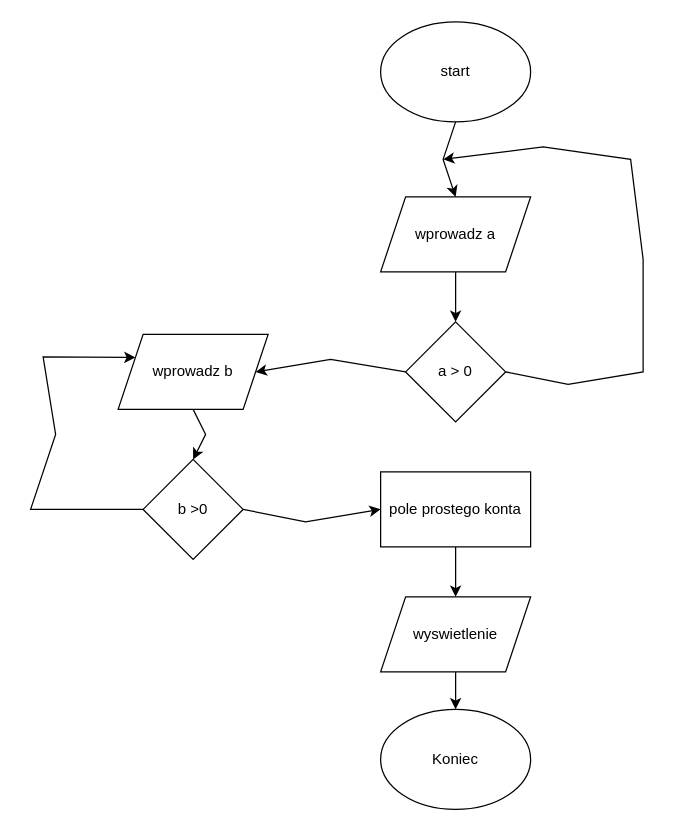
Above: Untitled Diagram.drawio in FatSassin/tictacdteo (draw.io), before the change. Source tidied: cells renumbered, new cells numbered last; positions are measured from the earlier drawing's top-left corner, leaving out a move shared by most shapes. Both pictures are drawn from the tidied source at 125%, with x=0, y=0 at pixel (30, 21).
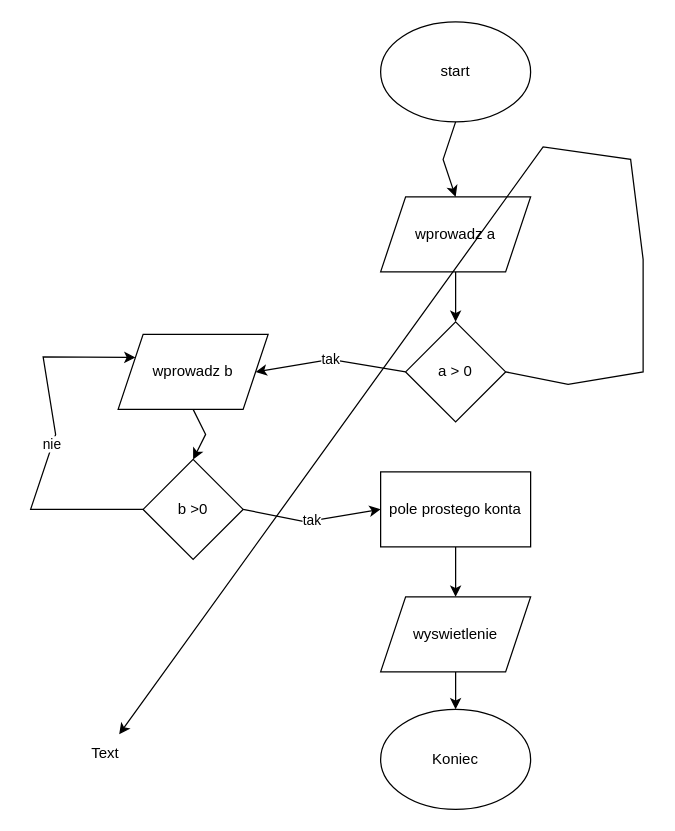
After the change.

Unchanged cells that the change refers to:
```xml
<mxCell id="4" value="a &amp;gt; 0" style="rhombus;whiteSpace=wrap;html=1;" parent="1" vertex="1">
  <mxGeometry x="300" y="240" width="80" height="80" as="geometry" />
</mxCell>
<mxCell id="5" value="pole prostego konta" style="rounded=0;whiteSpace=wrap;html=1;" parent="1" vertex="1">
  <mxGeometry x="280" y="360" width="120" height="60" as="geometry" />
</mxCell>
<mxCell id="13" value="b &amp;gt;0" style="rhombus;whiteSpace=wrap;html=1;" parent="1" vertex="1">
  <mxGeometry x="90" y="350" width="80" height="80" as="geometry" />
</mxCell>
<mxCell id="14" value="wprowadz b" style="shape=parallelogram;perimeter=parallelogramPerimeter;whiteSpace=wrap;html=1;fixedSize=1;" parent="1" vertex="1">
  <mxGeometry x="70" y="250" width="120" height="60" as="geometry" />
</mxCell>
```

What changed in the source:
```diff
@@
-    <mxCell id="12" style="endArrow=classic;html=1;rounded=0;exitX=1;exitY=0.5;exitDx=0;exitDy=0;" parent="1" edge="1" source="4">
+    <mxCell id="12" style="endArrow=classic;html=1;rounded=0;exitX=1;exitY=0.5;exitDx=0;exitDy=0;" parent="1" edge="1" source="4" target="19">
       <mxGeometry relative="1" as="geometry">
-        <mxPoint x="330" y="110" as="targetPoint" />
         <Array as="points">
           <mxPoint x="430" y="290" />
           <mxPoint x="490" y="280" />
           <mxPoint x="490" y="190" />
           <mxPoint x="480" y="110" />
           <mxPoint x="410" y="100" />
         </Array>
       </mxGeometry>
     </mxCell>
@@
-    <mxCell id="15" style="endArrow=classic;html=1;rounded=0;exitX=0;exitY=0.5;exitDx=0;exitDy=0;entryX=1;entryY=0.5;entryDx=0;entryDy=0;" parent="1" edge="1" source="4" target="14">
+    <mxCell id="15" value="tak" style="endArrow=classic;html=1;rounded=0;exitX=0;exitY=0.5;exitDx=0;exitDy=0;entryX=1;entryY=0.5;entryDx=0;entryDy=0;" parent="1" edge="1" source="4" target="14">
       <mxGeometry relative="1" as="geometry">
         <Array as="points">
           <mxPoint x="240" y="270" />
         </Array>
       </mxGeometry>
     </mxCell>
@@
-    <mxCell id="17" style="endArrow=classic;html=1;rounded=0;exitX=1;exitY=0.5;exitDx=0;exitDy=0;entryX=0;entryY=0.5;entryDx=0;entryDy=0;" parent="1" edge="1" source="13" target="5">
+    <mxCell id="17" value="tak" style="endArrow=classic;html=1;rounded=0;exitX=1;exitY=0.5;exitDx=0;exitDy=0;entryX=0;entryY=0.5;entryDx=0;entryDy=0;" parent="1" edge="1" source="13" target="5">
       <mxGeometry relative="1" as="geometry">
         <Array as="points">
           <mxPoint x="220" y="400" />
         </Array>
       </mxGeometry>
     </mxCell>
-    <mxCell id="18" style="endArrow=classic;html=1;rounded=0;exitX=0;exitY=0.5;exitDx=0;exitDy=0;entryX=0;entryY=0.25;entryDx=0;entryDy=0;" parent="1" edge="1" source="13" target="14">
+    <mxCell id="18" value="nie" style="endArrow=classic;html=1;rounded=0;exitX=0;exitY=0.5;exitDx=0;exitDy=0;entryX=0;entryY=0.25;entryDx=0;entryDy=0;" parent="1" edge="1" source="13" target="14">
       <mxGeometry relative="1" as="geometry">
         <Array as="points">
           <mxPoint y="390" />
           <mxPoint x="20" y="330" />
           <mxPoint x="10" y="268" />
         </Array>
       </mxGeometry>
     </mxCell>
+    <mxCell id="19" value="Text" style="text;html=1;strokeColor=none;fillColor=none;align=center;verticalAlign=middle;whiteSpace=wrap;rounded=0;" parent="1" vertex="1">
+      <mxGeometry x="20" y="570" width="80" height="30" as="geometry" />
+    </mxCell>
```
